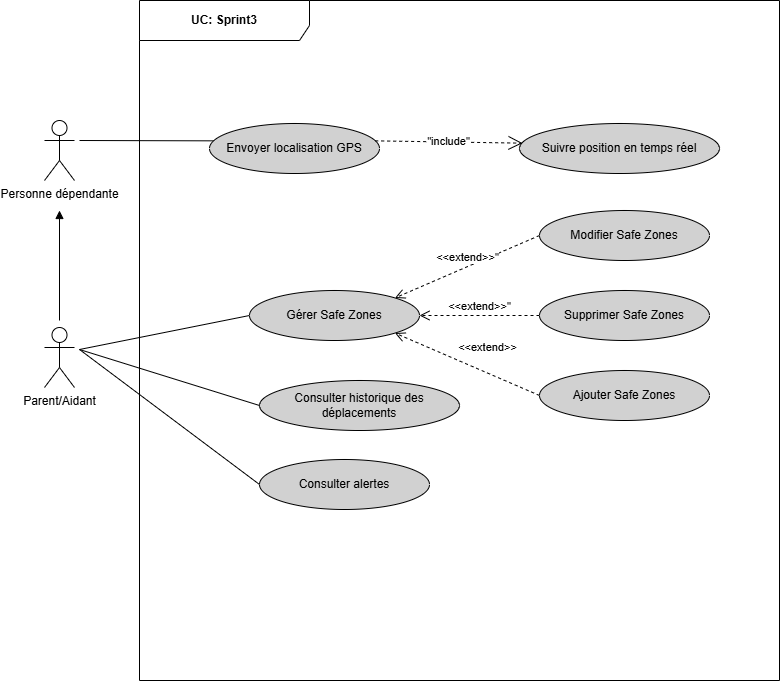
Before: images/UC_sprint3.png, a diagram exported from draw.io (Hadil-fk/SafeTrack-rapport). Source tidied: cells renumbered, new cells last; positions are measured from the earlier drawing's top-left corner, leaving out a move shared by most shapes.
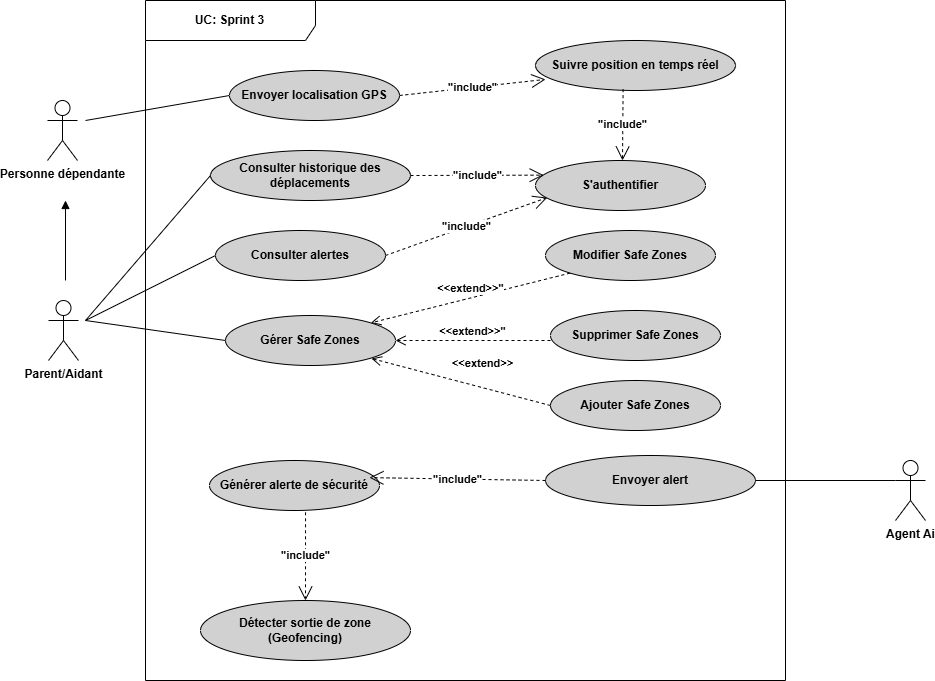
Later version of the same file.

The edit, as a diff of the source:
```diff
@@ -2,79 +2,116 @@
   <root>
     <mxCell id="0" />
     <mxCell id="1" parent="0" />
-    <mxCell id="2" style="edgeStyle=orthogonalEdgeStyle;rounded=0;orthogonalLoop=1;jettySize=auto;html=1;endArrow=block;endFill=1;" parent="1" edge="1">
-      <mxGeometry relative="1" as="geometry">
-        <mxPoint x="15" y="320" as="sourcePoint" />
-        <mxPoint x="15" y="210" as="targetPoint" />
-      </mxGeometry>
-    </mxCell>
-    <mxCell id="3" value="Parent/Aidant" style="shape=umlActor;verticalLabelPosition=bottom;verticalAlign=top;html=1;" parent="1" vertex="1">
-      <mxGeometry y="327" width="30" height="60" as="geometry" />
+    <mxCell id="3" value="Parent/Aidant" style="shape=umlActor;verticalLabelPosition=bottom;verticalAlign=top;html=1;fontStyle=1;" parent="1" vertex="1">
+      <mxGeometry x="-2" y="300" width="30" height="60" as="geometry" />
     </mxCell>
-    <mxCell id="4" value="&lt;b&gt;UC: Sprint3&lt;/b&gt;" style="shape=umlFrame;whiteSpace=wrap;html=1;width=170;height=40;" parent="1" vertex="1">
+    <mxCell id="4" value="&lt;span&gt;UC: Sprint 3&lt;/span&gt;" style="shape=umlFrame;whiteSpace=wrap;html=1;width=170;height=40;fontStyle=1;" parent="1" vertex="1">
       <mxGeometry x="95" width="640" height="680" as="geometry" />
     </mxCell>
-    <mxCell id="5" value="Personne dépendante" style="shape=umlActor;verticalLabelPosition=bottom;verticalAlign=top;html=1;" parent="1" vertex="1">
-      <mxGeometry y="120" width="30" height="60" as="geometry" />
+    <mxCell id="5" value="Personne dépendante" style="shape=umlActor;verticalLabelPosition=bottom;verticalAlign=top;html=1;fontStyle=1;" parent="1" vertex="1">
+      <mxGeometry x="-3" y="100" width="30" height="60" as="geometry" />
     </mxCell>
+    <mxCell id="22" value="Agent Ai" style="shape=umlActor;verticalLabelPosition=bottom;verticalAlign=top;html=1;fontStyle=1;" parent="1" vertex="1">
+      <mxGeometry x="845" y="460" width="30" height="60" as="geometry" />
+    </mxCell>
-    <mxCell id="6" value="Consulter historique des déplacements" style="ellipse;whiteSpace=wrap;html=1;fillColor=#D1D1D1;" parent="1" vertex="1">
-      <mxGeometry x="215" y="380" width="200" height="50" as="geometry" />
+    <mxCell id="6" value="Consulter historique des déplacements" style="ellipse;whiteSpace=wrap;html=1;fillColor=#D1D1D1;fontStyle=1;" parent="1" vertex="1">
+      <mxGeometry x="160" y="150" width="200" height="50" as="geometry" />
     </mxCell>
-    <mxCell id="7" value="Consulter alertes" style="ellipse;whiteSpace=wrap;html=1;fillColor=#D1D1D1;" parent="1" vertex="1">
-      <mxGeometry x="215" y="459" width="170" height="50" as="geometry" />
+    <mxCell id="7" value="Consulter alertes" style="ellipse;whiteSpace=wrap;html=1;fillColor=#D1D1D1;fontStyle=1;" parent="1" vertex="1">
+      <mxGeometry x="165" y="230" width="170" height="50" as="geometry" />
     </mxCell>
-    <mxCell id="8" value="Gérer Safe Zones" style="ellipse;whiteSpace=wrap;html=1;fillColor=#D1D1D1;" parent="1" vertex="1">
-      <mxGeometry x="205" y="290" width="170" height="50" as="geometry" />
+    <mxCell id="8" value="Gérer Safe Zones" style="ellipse;whiteSpace=wrap;html=1;fillColor=#D1D1D1;fontStyle=1;" parent="1" vertex="1">
+      <mxGeometry x="175" y="315" width="170" height="50" as="geometry" />
     </mxCell>
-    <mxCell id="9" value="Suivre position en temps réel" style="ellipse;whiteSpace=wrap;html=1;fillColor=#D1D1D1;" parent="1" vertex="1">
-      <mxGeometry x="475" y="123" width="200" height="50" as="geometry" />
+    <mxCell id="9" value="Suivre position en temps réel" style="ellipse;whiteSpace=wrap;html=1;fillColor=#D1D1D1;fontStyle=1;" parent="1" vertex="1">
+      <mxGeometry x="485" y="40" width="200" height="50" as="geometry" />
     </mxCell>
+    <mxCell id="23" value="Détecter sortie de zone (Geofencing)" style="ellipse;whiteSpace=wrap;html=1;fillColor=#D1D1D1;fontStyle=1;" parent="1" vertex="1">
+      <mxGeometry x="150" y="600" width="210" height="60" as="geometry" />
+    </mxCell>
-    <mxCell id="10" style="endArrow=none;html=1;rounded=0;entryX=0;entryY=0.5;entryDx=0;entryDy=0;" parent="1" edge="1" target="6">
+    <mxCell id="10" style="endArrow=none;html=1;rounded=0;entryX=0;entryY=0.5;entryDx=0;entryDy=0;fontStyle=1;" parent="1" edge="1" target="6">
       <mxGeometry relative="1" as="geometry">
-        <mxPoint x="35" y="349" as="sourcePoint" />
+        <mxPoint x="35" y="320" as="sourcePoint" />
       </mxGeometry>
     </mxCell>
-    <mxCell id="11" style="endArrow=none;html=1;rounded=0;entryX=0;entryY=0.5;entryDx=0;entryDy=0;" parent="1" edge="1" target="7">
+    <mxCell id="11" style="endArrow=none;html=1;rounded=0;entryX=0;entryY=0.5;entryDx=0;entryDy=0;fontStyle=1;" parent="1" edge="1" target="7">
       <mxGeometry relative="1" as="geometry">
-        <mxPoint x="35" y="349" as="sourcePoint" />
+        <mxPoint x="35" y="320" as="sourcePoint" />
       </mxGeometry>
     </mxCell>
-    <mxCell id="12" style="endArrow=none;html=1;rounded=0;entryX=0;entryY=0.5;entryDx=0;entryDy=0;" parent="1" edge="1" target="8">
+    <mxCell id="12" style="endArrow=none;html=1;rounded=0;entryX=0;entryY=0.5;entryDx=0;entryDy=0;fontStyle=1;" parent="1" edge="1" target="8">
       <mxGeometry relative="1" as="geometry">
-        <mxPoint x="35" y="349" as="sourcePoint" />
+        <mxPoint x="35" y="320" as="sourcePoint" />
       </mxGeometry>
     </mxCell>
-    <mxCell id="13" style="endArrow=none;html=1;rounded=0;entryX=0.046;entryY=0.347;entryDx=0;entryDy=0;entryPerimeter=0;" parent="1" edge="1" target="14">
+    <mxCell id="13" style="endArrow=none;html=1;rounded=0;entryX=0;entryY=0.5;entryDx=0;entryDy=0;fontStyle=1;" parent="1" edge="1" target="14">
       <mxGeometry relative="1" as="geometry">
-        <mxPoint x="35" y="140" as="sourcePoint" />
+        <mxPoint x="35" y="120" as="sourcePoint" />
       </mxGeometry>
     </mxCell>
-    <mxCell id="14" value="Envoyer localisation GPS" style="ellipse;whiteSpace=wrap;html=1;fillColor=#D1D1D1;" parent="1" vertex="1">
-      <mxGeometry x="165" y="123" width="170" height="50" as="geometry" />
+    <mxCell id="14" value="Envoyer localisation GPS" style="ellipse;whiteSpace=wrap;html=1;fillColor=#D1D1D1;fontStyle=1;" parent="1" vertex="1">
+      <mxGeometry x="179" y="70" width="170" height="50" as="geometry" />
     </mxCell>
+    <mxCell id="24" value="Générer alerte de sécurité" style="ellipse;whiteSpace=wrap;html=1;fillColor=#D1D1D1;fontStyle=1;" parent="1" vertex="1">
+      <mxGeometry x="159" y="460" width="170" height="50" as="geometry" />
+    </mxCell>
-    <mxCell id="15" value="&quot;include&quot;" style="endArrow=open;endSize=12;dashed=1;html=1;rounded=0;entryX=-0.005;entryY=0.393;entryDx=0;entryDy=0;exitX=0.951;exitY=0.347;exitDx=0;exitDy=0;entryPerimeter=0;exitPerimeter=0;" parent="1" edge="1">
-      <mxGeometry relative="1" as="geometry">
-        <mxPoint x="330.7" y="140.4" as="sourcePoint" />
-        <mxPoint x="478" y="142.7" as="targetPoint" />
-      </mxGeometry>
+    <mxCell id="15" value="&quot;include&quot;" style="endArrow=open;endSize=12;dashed=1;html=1;rounded=0;entryX=0.05;entryY=0.778;entryDx=0;entryDy=0;exitX=1;exitY=0.5;exitDx=0;exitDy=0;entryPerimeter=0;fontStyle=1;" parent="1" edge="1" source="14" target="9">
+      <mxGeometry relative="1" as="geometry" />
     </mxCell>
-    <mxCell id="16" value="Modifier Safe Zones" style="ellipse;whiteSpace=wrap;html=1;fillColor=#D1D1D1;" parent="1" vertex="1">
-      <mxGeometry x="495" y="210" width="170" height="50" as="geometry" />
+    <mxCell id="16" value="Modifier Safe Zones" style="ellipse;whiteSpace=wrap;html=1;fillColor=#D1D1D1;fontStyle=1;" parent="1" vertex="1">
+      <mxGeometry x="495" y="230" width="170" height="50" as="geometry" />
     </mxCell>
-    <mxCell id="17" value="Supprimer Safe Zones" style="ellipse;whiteSpace=wrap;html=1;fillColor=#D1D1D1;" parent="1" vertex="1">
-      <mxGeometry x="495" y="290" width="170" height="50" as="geometry" />
+    <mxCell id="17" value="Supprimer Safe Zones" style="ellipse;whiteSpace=wrap;html=1;fillColor=#D1D1D1;fontStyle=1;" parent="1" vertex="1">
+      <mxGeometry x="500" y="310" width="170" height="50" as="geometry" />
     </mxCell>
-    <mxCell id="18" value="Ajouter Safe Zones" style="ellipse;whiteSpace=wrap;html=1;fillColor=#D1D1D1;" parent="1" vertex="1">
-      <mxGeometry x="495" y="370" width="170" height="50" as="geometry" />
+    <mxCell id="18" value="Ajouter Safe Zones" style="ellipse;whiteSpace=wrap;html=1;fillColor=#D1D1D1;fontStyle=1;" parent="1" vertex="1">
+      <mxGeometry x="500" y="380" width="170" height="50" as="geometry" />
     </mxCell>
-    <mxCell id="19" value="&amp;lt;&amp;lt;extend&amp;gt;&amp;gt;&quot;" style="html=1;verticalAlign=bottom;endArrow=open;dashed=1;endSize=8;curved=0;rounded=0;entryX=1;entryY=0;entryDx=0;entryDy=0;exitX=0;exitY=0.5;exitDx=0;exitDy=0;" parent="1" edge="1" source="16" target="8">
+    <mxCell id="19" value="&amp;lt;&amp;lt;extend&amp;gt;&amp;gt;&quot;" style="html=1;verticalAlign=bottom;endArrow=open;dashed=1;endSize=8;curved=0;rounded=0;exitX=0;exitY=1;exitDx=0;exitDy=0;entryX=1;entryY=0;entryDx=0;entryDy=0;fontStyle=1;" parent="1" edge="1" source="16" target="8">
       <mxGeometry relative="1" as="geometry" />
     </mxCell>
-    <mxCell id="20" value="&amp;lt;&amp;lt;extend&amp;gt;&amp;gt;&quot;" style="html=1;verticalAlign=bottom;endArrow=open;dashed=1;endSize=8;curved=0;rounded=0;entryX=1;entryY=0.5;entryDx=0;entryDy=0;exitX=0;exitY=0.5;exitDx=0;exitDy=0;" parent="1" edge="1" source="17" target="8">
-      <mxGeometry relative="1" as="geometry" />
+    <mxCell id="20" value="&amp;lt;&amp;lt;extend&amp;gt;&amp;gt;&quot;" style="html=1;verticalAlign=bottom;endArrow=open;dashed=1;endSize=8;curved=0;rounded=0;entryX=1;entryY=0.5;entryDx=0;entryDy=0;fontStyle=1;" parent="1" edge="1" target="8">
+      <mxGeometry relative="1" as="geometry">
+        <mxPoint x="500" y="340" as="sourcePoint" />
+      </mxGeometry>
     </mxCell>
-    <mxCell id="21" value="&amp;lt;&amp;lt;extend&amp;gt;&amp;gt;" style="html=1;verticalAlign=bottom;endArrow=open;dashed=1;endSize=8;curved=0;rounded=0;exitX=0;exitY=0.5;exitDx=0;exitDy=0;entryX=1;entryY=1;entryDx=0;entryDy=0;" parent="1" edge="1" source="18" target="8">
-      <mxGeometry x="-0.21" y="-15" relative="1" as="geometry" />
+    <mxCell id="21" value="&amp;lt;&amp;lt;extend&amp;gt;&amp;gt;" style="html=1;verticalAlign=bottom;endArrow=open;dashed=1;endSize=8;curved=0;rounded=0;exitX=0;exitY=0.5;exitDx=0;exitDy=0;fontStyle=1;" parent="1" edge="1" source="18">
+      <mxGeometry x="-0.21" y="-15" relative="1" as="geometry">
+        <mxPoint x="321" y="358" as="targetPoint" />
+      </mxGeometry>
     </mxCell>
+    <mxCell id="25" value="Envoyer alert" style="ellipse;whiteSpace=wrap;html=1;fillColor=#D1D1D1;fontStyle=1;" parent="1" vertex="1">
+      <mxGeometry x="495" y="455" width="210" height="50" as="geometry" />
+    </mxCell>
+    <mxCell id="26" value="&quot;include&quot;" style="endArrow=open;endSize=12;dashed=1;html=1;rounded=0;exitX=0;exitY=0.5;exitDx=0;exitDy=0;entryX=0.941;entryY=0.342;entryDx=0;entryDy=0;entryPerimeter=0;fontStyle=1;" parent="1" edge="1" source="25" target="24">
+      <mxGeometry relative="1" as="geometry" />
+    </mxCell>
+    <mxCell id="27" value="&quot;include&quot;" style="endArrow=open;endSize=12;dashed=1;html=1;rounded=0;exitX=0.565;exitY=1.036;exitDx=0;exitDy=0;exitPerimeter=0;entryX=0.5;entryY=0;entryDx=0;entryDy=0;fontStyle=1;" parent="1" edge="1" source="24" target="23">
+      <mxGeometry relative="1" as="geometry" />
+    </mxCell>
+    <mxCell id="28" style="endArrow=none;html=1;rounded=0;exitX=1;exitY=0.5;exitDx=0;exitDy=0;entryX=0;entryY=0.3333333333333333;entryDx=0;entryDy=0;entryPerimeter=0;fontStyle=1;" parent="1" edge="1" source="25" target="22">
+      <mxGeometry relative="1" as="geometry" />
+    </mxCell>
+    <mxCell id="29" style="endArrow=block;html=1;rounded=0;endFill=1;fontStyle=1;" parent="1" edge="1">
+      <mxGeometry relative="1" as="geometry">
+        <mxPoint x="15" y="280" as="sourcePoint" />
+        <mxPoint x="15" y="200" as="targetPoint" />
+      </mxGeometry>
+    </mxCell>
+    <mxCell id="30" value="S'authentifier" style="ellipse;whiteSpace=wrap;html=1;fillColor=#D1D1D1;fontStyle=1;" parent="1" vertex="1">
+      <mxGeometry x="485" y="160" width="170" height="50" as="geometry" />
+    </mxCell>
+    <mxCell id="31" value="&quot;include&quot;" style="endArrow=open;endSize=12;dashed=1;html=1;rounded=0;exitX=0.428;exitY=0.973;exitDx=0;exitDy=0;exitPerimeter=0;fontStyle=1;" parent="1" edge="1">
+      <mxGeometry relative="1" as="geometry">
+        <mxPoint x="572.6" y="88.6" as="sourcePoint" />
+        <mxPoint x="572" y="160" as="targetPoint" />
+      </mxGeometry>
+    </mxCell>
+    <mxCell id="32" value="&quot;include&quot;" style="endArrow=open;endSize=12;dashed=1;html=1;rounded=0;exitX=1;exitY=0.5;exitDx=0;exitDy=0;entryX=0.048;entryY=0.293;entryDx=0;entryDy=0;entryPerimeter=0;fontStyle=1;" parent="1" edge="1" source="6" target="30">
+      <mxGeometry relative="1" as="geometry" />
+    </mxCell>
+    <mxCell id="33" value="&quot;include&quot;" style="endArrow=open;endSize=12;dashed=1;html=1;rounded=0;exitX=1;exitY=0.5;exitDx=0;exitDy=0;entryX=0.069;entryY=0.742;entryDx=0;entryDy=0;entryPerimeter=0;fontStyle=1;" parent="1" edge="1" source="7" target="30">
+      <mxGeometry relative="1" as="geometry" />
+    </mxCell>
   </root>
 </mxGraphModel>
```
